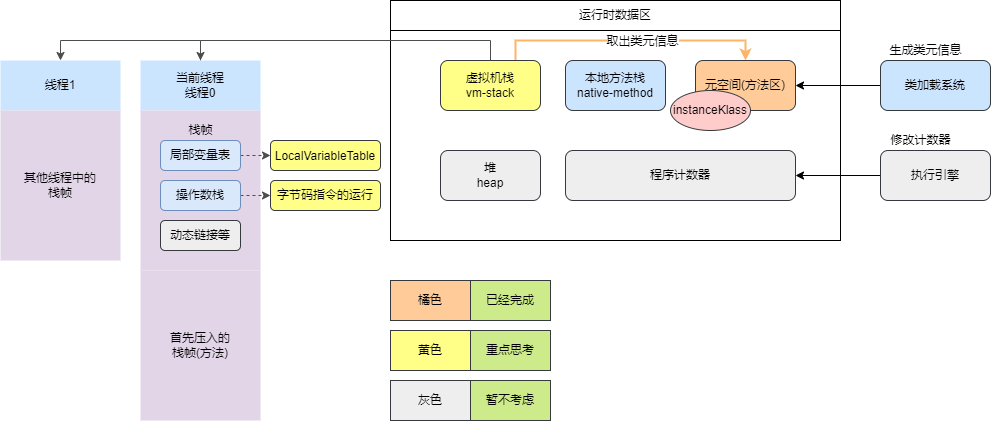
Above: jvm/bytecode_instruction_running_process.png in yufarui/simple_picture (draw.io), before the change. Source tidied: cells renumbered, new cells last; positions are measured from the earlier drawing's top-left corner, leaving out a move shared by most shapes. Source of this version:
```xml
<mxGraphModel background="#ffffff">
  <root>
    <mxCell id="0" />
    <mxCell id="1" parent="0" />
    <mxCell id="2" style="rounded=0;whiteSpace=wrap;html=1;fontSize=12;" parent="1" vertex="1">
      <mxGeometry x="390" y="30" width="450" height="210" as="geometry" />
    </mxCell>
    <mxCell id="3" style="edgeStyle=orthogonalEdgeStyle;rounded=0;jettySize=auto;html=1;exitX=0.75;exitY=0;exitDx=0;exitDy=0;entryX=0.5;entryY=0;entryDx=0;entryDy=0;strokeColor=#FFB366;strokeWidth=2;" parent="1" edge="1" source="5" target="8">
      <mxGeometry relative="1" as="geometry" />
    </mxCell>
    <mxCell id="4" value="取出类元信息" style="edgeLabel;html=1;align=center;verticalAlign=middle;" parent="3" vertex="1">
      <mxGeometry x="0.17" y="-1" relative="1" as="geometry">
        <mxPoint x="-12" y="-1" as="offset" />
      </mxGeometry>
    </mxCell>
    <mxCell id="5" value="虚拟机栈&lt;br&gt;vm-stack" style="rounded=1;whiteSpace=wrap;html=1;fillColor=#ffff88;strokeColor=#36393d;" parent="1" vertex="1">
      <mxGeometry x="440" y="60" width="100" height="50" as="geometry" />
    </mxCell>
    <mxCell id="6" value="本地方法栈&lt;br&gt;native-method" style="rounded=1;whiteSpace=wrap;html=1;fillColor=#cce5ff;strokeColor=#36393d;" parent="1" vertex="1">
      <mxGeometry x="565" y="60" width="100" height="50" as="geometry" />
    </mxCell>
    <mxCell id="7" value="堆&lt;br&gt;heap" style="rounded=1;whiteSpace=wrap;html=1;fillColor=#eeeeee;strokeColor=#36393d;" parent="1" vertex="1">
      <mxGeometry x="440" y="150" width="100" height="50" as="geometry" />
    </mxCell>
    <mxCell id="8" value="元空间(方法区)" style="rounded=1;whiteSpace=wrap;html=1;fillColor=#ffcc99;strokeColor=#36393d;" parent="1" vertex="1">
      <mxGeometry x="695" y="60" width="100" height="50" as="geometry" />
    </mxCell>
    <mxCell id="9" value="程序计数器" style="rounded=1;whiteSpace=wrap;html=1;fillColor=#eeeeee;strokeColor=#36393d;" parent="1" vertex="1">
      <mxGeometry x="565" y="150" width="230" height="50" as="geometry" />
    </mxCell>
    <mxCell id="10" style="edgeStyle=orthogonalEdgeStyle;rounded=0;jettySize=auto;html=1;exitX=0;exitY=0.5;exitDx=0;exitDy=0;entryX=1;entryY=0.5;entryDx=0;entryDy=0;" parent="1" edge="1" source="11" target="9">
      <mxGeometry relative="1" as="geometry" />
    </mxCell>
    <mxCell id="11" value="执行引擎" style="rounded=1;whiteSpace=wrap;html=1;fillColor=#eeeeee;strokeColor=#36393d;" parent="1" vertex="1">
      <mxGeometry x="880" y="150" width="110" height="50" as="geometry" />
    </mxCell>
    <mxCell id="12" value="instanceKlass" style="ellipse;whiteSpace=wrap;html=1;fillColor=#ffcccc;strokeColor=#36393d;" parent="1" vertex="1">
      <mxGeometry x="670" y="90" width="80" height="40" as="geometry" />
    </mxCell>
    <mxCell id="13" style="edgeStyle=orthogonalEdgeStyle;rounded=0;jettySize=auto;html=1;exitX=0;exitY=0.5;exitDx=0;exitDy=0;entryX=1;entryY=0.5;entryDx=0;entryDy=0;" parent="1" edge="1" source="14" target="8">
      <mxGeometry relative="1" as="geometry" />
    </mxCell>
    <mxCell id="14" value="类加载系统" style="rounded=1;whiteSpace=wrap;html=1;fillColor=#cce5ff;strokeColor=#36393d;" parent="1" vertex="1">
      <mxGeometry x="880" y="60" width="110" height="50" as="geometry" />
    </mxCell>
    <mxCell id="15" value="运行时数据区" style="rounded=0;whiteSpace=wrap;html=1;fontSize=12;" parent="1" vertex="1">
      <mxGeometry x="390" width="450" height="30" as="geometry" />
    </mxCell>
    <mxCell id="16" value="生成类元信息" style="text;html=1;align=center;verticalAlign=middle;strokeColor=none;fillColor=none;" parent="1" vertex="1">
      <mxGeometry x="880" y="40" width="90" height="20" as="geometry" />
    </mxCell>
    <mxCell id="17" value="修改计数器" style="text;html=1;align=center;verticalAlign=middle;strokeColor=none;fillColor=none;" parent="1" vertex="1">
      <mxGeometry x="880" y="130" width="80" height="20" as="geometry" />
    </mxCell>
    <mxCell id="18" style="edgeStyle=orthogonalEdgeStyle;rounded=0;jettySize=auto;html=1;exitX=0.5;exitY=0;exitDx=0;exitDy=0;entryX=0.5;entryY=0;entryDx=0;entryDy=0;fontFamily=Helvetica;fontSize=12;fontColor=#000000;strokeColor=#4D4D4D;strokeWidth=1;" parent="1" edge="1" source="19" target="20">
      <mxGeometry relative="1" as="geometry" />
    </mxCell>
    <mxCell id="19" value="当前线程&lt;br&gt;线程0" style="rounded=0;whiteSpace=wrap;html=1;fontSize=12;strokeColor=none;fillColor=#cce5ff;" parent="1" vertex="1">
      <mxGeometry x="140" y="60" width="120" height="50" as="geometry" />
    </mxCell>
    <mxCell id="20" value="线程1" style="rounded=0;whiteSpace=wrap;html=1;fontSize=12;strokeColor=none;fillColor=#cce5ff;" parent="1" vertex="1">
      <mxGeometry y="60" width="120" height="50" as="geometry" />
    </mxCell>
    <mxCell id="21" style="edgeStyle=orthogonalEdgeStyle;rounded=0;jettySize=auto;html=1;exitX=0.5;exitY=0;exitDx=0;exitDy=0;entryX=0.5;entryY=0;entryDx=0;entryDy=0;strokeColor=#4D4D4D;strokeWidth=1;" parent="1" edge="1" source="5" target="19">
      <mxGeometry relative="1" as="geometry" />
    </mxCell>
    <mxCell id="22" style="rounded=0;whiteSpace=wrap;html=1;fontSize=12;fillColor=#e1d5e7;strokeColor=none;" parent="1" vertex="1">
      <mxGeometry x="140" y="110" width="120" height="160" as="geometry" />
    </mxCell>
    <mxCell id="23" value="栈帧" style="text;html=1;align=center;verticalAlign=middle;strokeColor=none;fillColor=none;" parent="1" vertex="1">
      <mxGeometry x="180" y="120" width="40" height="20" as="geometry" />
    </mxCell>
    <mxCell id="24" style="edgeStyle=orthogonalEdgeStyle;rounded=0;jettySize=auto;html=1;exitX=1;exitY=0.5;exitDx=0;exitDy=0;entryX=0;entryY=0.5;entryDx=0;entryDy=0;dashed=1;fontFamily=Helvetica;fontSize=12;fontColor=#000000;strokeColor=#4D4D4D;strokeWidth=1;" parent="1" edge="1" source="25" target="29">
      <mxGeometry relative="1" as="geometry" />
    </mxCell>
    <mxCell id="25" value="局部变量表" style="rounded=1;whiteSpace=wrap;html=1;fillColor=#dae8fc;strokeColor=#6c8ebf;" parent="1" vertex="1">
      <mxGeometry x="160" y="140" width="80" height="30" as="geometry" />
    </mxCell>
    <mxCell id="26" style="edgeStyle=orthogonalEdgeStyle;rounded=0;jettySize=auto;html=1;exitX=1;exitY=0.5;exitDx=0;exitDy=0;entryX=0;entryY=0.5;entryDx=0;entryDy=0;dashed=1;fontFamily=Helvetica;fontSize=12;fontColor=#000000;strokeColor=#4D4D4D;strokeWidth=1;" parent="1" edge="1" source="27" target="30">
      <mxGeometry relative="1" as="geometry" />
    </mxCell>
    <mxCell id="27" value="操作数栈" style="rounded=1;whiteSpace=wrap;html=1;fillColor=#dae8fc;strokeColor=#6c8ebf;" parent="1" vertex="1">
      <mxGeometry x="160" y="180" width="80" height="30" as="geometry" />
    </mxCell>
    <mxCell id="28" value="动态链接等" style="rounded=1;whiteSpace=wrap;html=1;fillColor=#eeeeee;strokeColor=#36393d;" parent="1" vertex="1">
      <mxGeometry x="160" y="220" width="80" height="30" as="geometry" />
    </mxCell>
    <mxCell id="29" value="&lt;pre&gt;&lt;font face=&quot;Helvetica&quot;&gt;LocalVariableTable&lt;/font&gt;&lt;font color=&quot;#a9b7c6&quot; face=&quot;jetbrains mono&quot; style=&quot;background-color: rgb(43 , 43 , 43)&quot;&gt;&lt;span style=&quot;font-size: 9.8pt&quot;&gt;&lt;br&gt;&lt;/span&gt;&lt;/font&gt;&lt;/pre&gt;" style="rounded=1;whiteSpace=wrap;html=1;fillColor=#ffff88;strokeColor=#36393d;" parent="1" vertex="1">
      <mxGeometry x="270" y="140" width="110" height="30" as="geometry" />
    </mxCell>
    <mxCell id="30" value="&lt;pre&gt;&lt;font face=&quot;Helvetica&quot; style=&quot;font-size: 12px&quot;&gt;字节码指令的运行&lt;/font&gt;&lt;/pre&gt;" style="rounded=1;whiteSpace=wrap;html=1;fillColor=#ffff88;strokeColor=#36393d;" parent="1" vertex="1">
      <mxGeometry x="270" y="180" width="110" height="30" as="geometry" />
    </mxCell>
    <mxCell id="31" value="首先压入的&lt;br&gt;栈帧(方法)" style="rounded=0;whiteSpace=wrap;html=1;fontSize=12;strokeColor=none;fillColor=#e1d5e7;" parent="1" vertex="1">
      <mxGeometry x="140" y="270" width="120" height="150" as="geometry" />
    </mxCell>
    <mxCell id="32" value="其他线程中的&lt;br&gt;栈帧" style="rounded=0;whiteSpace=wrap;html=1;fontSize=12;strokeColor=none;fillColor=#e1d5e7;" parent="1" vertex="1">
      <mxGeometry y="110" width="120" height="150" as="geometry" />
    </mxCell>
    <mxCell id="33" value="&lt;span&gt;灰色&lt;/span&gt;" style="rounded=0;whiteSpace=wrap;html=1;fontSize=12;strokeColor=#36393d;fillColor=#eeeeee;labelBackgroundColor=none;fontFamily=Helvetica;" parent="1" vertex="1">
      <mxGeometry x="390" y="380" width="80" height="40" as="geometry" />
    </mxCell>
    <mxCell id="34" value="&lt;span&gt;暂不考虑&lt;/span&gt;" style="rounded=0;whiteSpace=wrap;html=1;fontSize=12;strokeColor=#36393d;fillColor=#cdeb8b;labelBackgroundColor=none;fontFamily=Helvetica;" parent="1" vertex="1">
      <mxGeometry x="470" y="380" width="80" height="40" as="geometry" />
    </mxCell>
    <mxCell id="35" value="&lt;span&gt;黄色&lt;/span&gt;" style="rounded=0;whiteSpace=wrap;html=1;fontSize=12;strokeColor=#36393d;fillColor=#ffff88;labelBackgroundColor=none;fontFamily=Helvetica;" parent="1" vertex="1">
      <mxGeometry x="390" y="330" width="80" height="40" as="geometry" />
    </mxCell>
    <mxCell id="36" value="重点思考" style="rounded=0;whiteSpace=wrap;html=1;fontSize=12;strokeColor=#36393d;fillColor=#cdeb8b;labelBackgroundColor=none;fontFamily=Helvetica;" parent="1" vertex="1">
      <mxGeometry x="470" y="330" width="80" height="40" as="geometry" />
    </mxCell>
    <mxCell id="37" value="橘色" style="rounded=0;whiteSpace=wrap;html=1;fontSize=12;strokeColor=#36393d;fillColor=#ffcc99;labelBackgroundColor=none;fontFamily=Helvetica;" parent="1" vertex="1">
      <mxGeometry x="390" y="280" width="80" height="40" as="geometry" />
    </mxCell>
    <mxCell id="38" value="已经完成" style="rounded=0;whiteSpace=wrap;html=1;fontSize=12;strokeColor=#36393d;fillColor=#cdeb8b;labelBackgroundColor=none;fontFamily=Helvetica;" parent="1" vertex="1">
      <mxGeometry x="470" y="280" width="80" height="40" as="geometry" />
    </mxCell>
  </root>
</mxGraphModel>
```
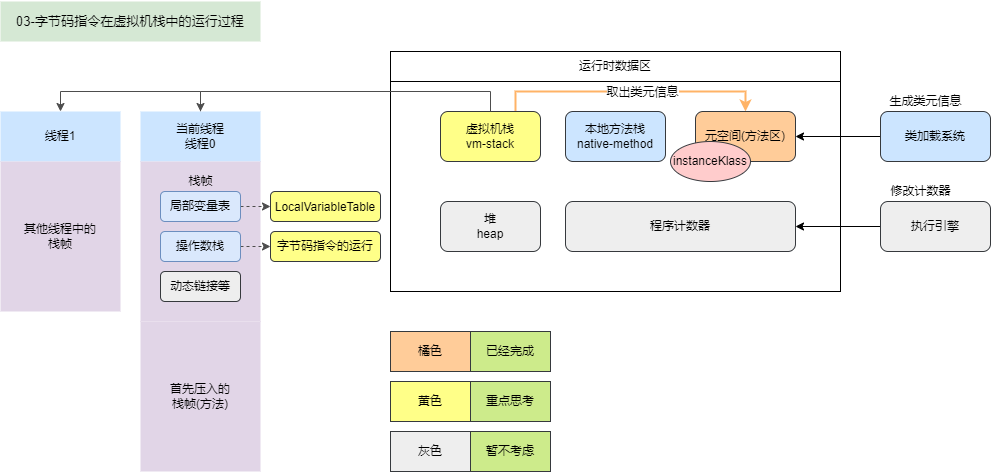
Later version of the same file.

Diff of the diagram source:
```diff
@@ -115,5 +115,11 @@
     <mxCell id="38" value="已经完成" style="rounded=0;whiteSpace=wrap;html=1;fontSize=12;strokeColor=#36393d;fillColor=#cdeb8b;labelBackgroundColor=none;fontFamily=Helvetica;" parent="1" vertex="1">
       <mxGeometry x="470" y="280" width="80" height="40" as="geometry" />
     </mxCell>
+    <mxCell id="39" value="&lt;pre style=&quot;background-color: #2b2b2b ; color: #a9b7c6 ; font-family: &amp;#34;jetbrains mono&amp;#34; ; font-size: 9.8pt&quot;&gt;&lt;br&gt;&lt;/pre&gt;" style="text;whiteSpace=wrap;html=1;fontSize=12;fontFamily=Helvetica;fontColor=#000000;" parent="1" vertex="1">
+      <mxGeometry y="-40" width="260" height="30" as="geometry" />
+    </mxCell>
+    <mxCell id="40" value="&lt;pre style=&quot;text-align: left ; font-size: 9.8pt&quot;&gt;&lt;font face=&quot;Helvetica&quot;&gt;03-字节码指令在虚拟机栈中的运行过程&lt;/font&gt;&lt;/pre&gt;" style="rounded=0;whiteSpace=wrap;html=1;fontSize=12;strokeColor=none;fillColor=#d5e8d4;labelBackgroundColor=none;fontFamily=Helvetica;" parent="1" vertex="1">
+      <mxGeometry y="-50" width="260" height="40" as="geometry" />
+    </mxCell>
   </root>
 </mxGraphModel>
```
